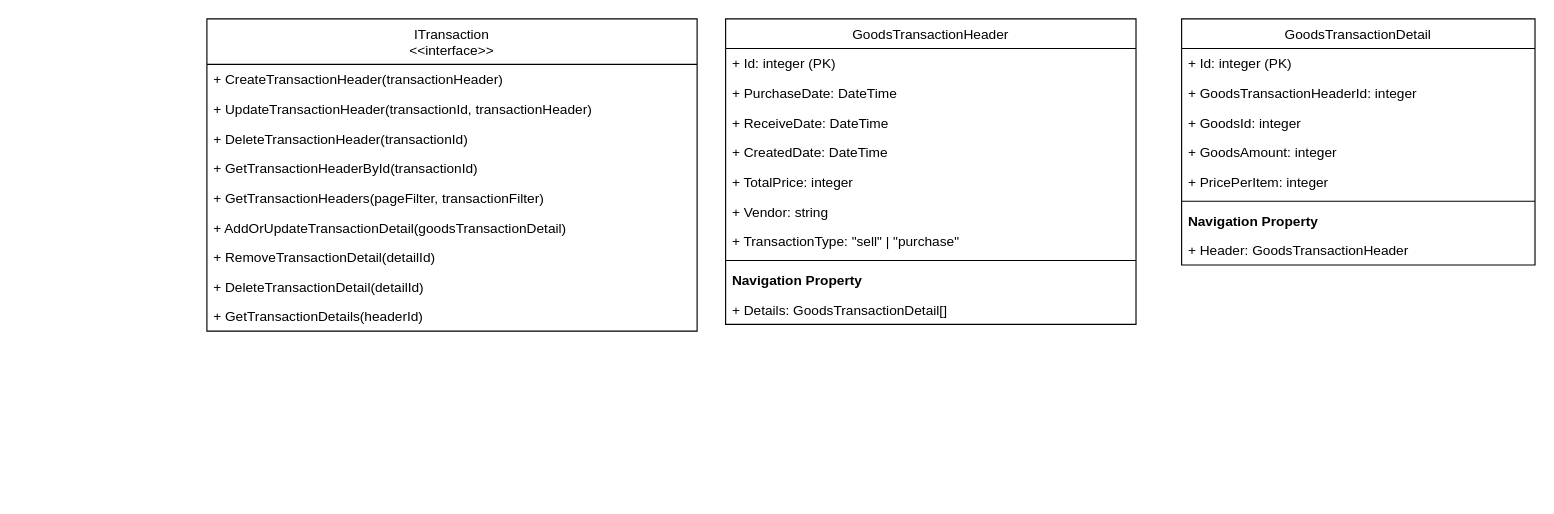
Earlier version of the draw.io diagram page "Goods Transaction" (2 of 3) of Diagram/Class Diagram.drawio (ryusu777/dodo-app). Source tidied: cells renumbered, new cells numbered last; positions are measured from the earlier drawing's top-left corner, leaving out a move shared by most shapes. Both pictures are drawn from the tidied source at 114%, with x=0, y=0 at pixel (206, 18).
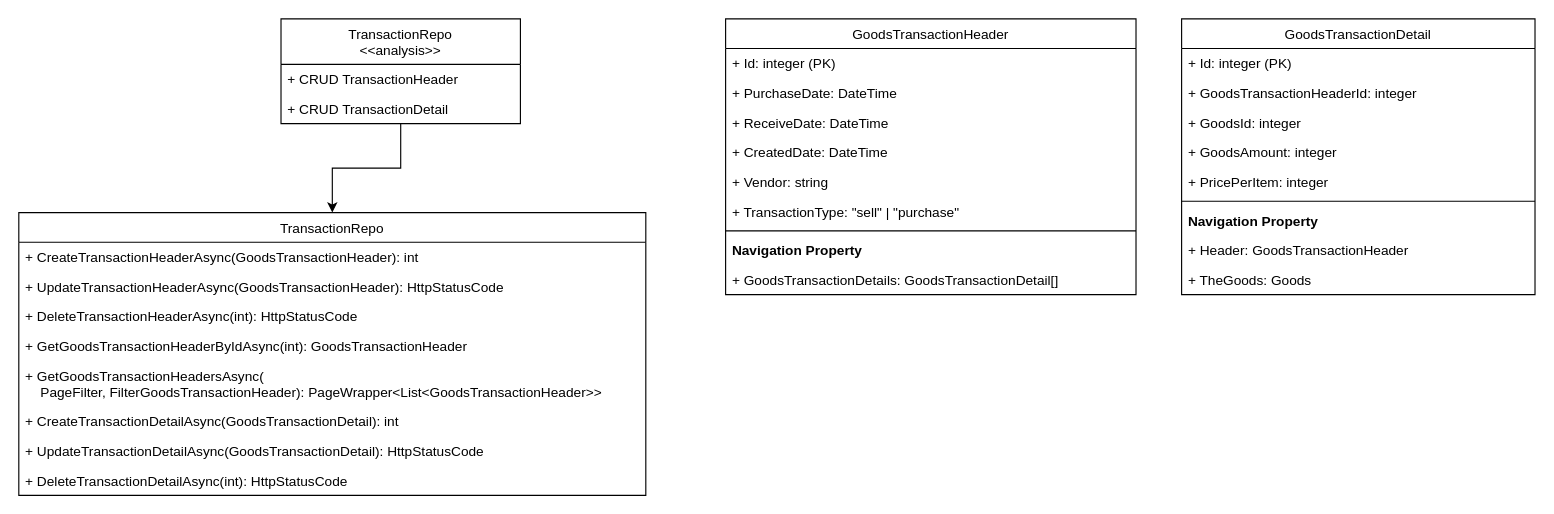
The same diagram, later.

Diff of the diagram source:
```diff
@@
-    <mxCell id="2" value="ITransaction&#10;&lt;&lt;interface&gt;&gt;" style="swimlane;fontStyle=0;horizontal=1;startSize=40;fillColor=none;" parent="1" vertex="1">
-      <mxGeometry width="430" height="274" as="geometry" />
-    </mxCell>
-    <mxCell id="3" value="+ CreateTransactionHeader(transactionHeader)" style="text;strokeColor=none;fillColor=none;align=left;verticalAlign=top;spacingLeft=4;spacingRight=4;overflow=hidden;" parent="2" vertex="1">
-      <mxGeometry y="40" width="430" height="26" as="geometry" />
-    </mxCell>
-    <mxCell id="4" value="+ UpdateTransactionHeader(transactionId, transactionHeader)" style="text;strokeColor=none;fillColor=none;align=left;verticalAlign=top;spacingLeft=4;spacingRight=4;overflow=hidden;" parent="2" vertex="1">
-      <mxGeometry y="66" width="430" height="26" as="geometry" />
-    </mxCell>
-    <mxCell id="5" value="+ DeleteTransactionHeader(transactionId)" style="text;strokeColor=none;fillColor=none;align=left;verticalAlign=top;spacingLeft=4;spacingRight=4;overflow=hidden;" parent="2" vertex="1">
-      <mxGeometry y="92" width="430" height="26" as="geometry" />
-    </mxCell>
-    <mxCell id="6" value="+ GetTransactionHeaderById(transactionId)" style="text;strokeColor=none;fillColor=none;align=left;verticalAlign=top;spacingLeft=4;spacingRight=4;overflow=hidden;" parent="2" vertex="1">
-      <mxGeometry y="118" width="430" height="26" as="geometry" />
-    </mxCell>
-    <mxCell id="7" value="+ GetTransactionHeaders(pageFilter, transactionFilter)" style="text;strokeColor=none;fillColor=none;align=left;verticalAlign=top;spacingLeft=4;spacingRight=4;overflow=hidden;" parent="2" vertex="1">
-      <mxGeometry y="144" width="430" height="26" as="geometry" />
-    </mxCell>
-    <mxCell id="8" value="+ AddOrUpdateTransactionDetail(goodsTransactionDetail)" style="text;strokeColor=none;fillColor=none;align=left;verticalAlign=top;spacingLeft=4;spacingRight=4;overflow=hidden;" parent="2" vertex="1">
-      <mxGeometry y="170" width="430" height="26" as="geometry" />
-    </mxCell>
-    <mxCell id="9" value="+ RemoveTransactionDetail(detailId)" style="text;strokeColor=none;fillColor=none;align=left;verticalAlign=top;spacingLeft=4;spacingRight=4;overflow=hidden;" parent="2" vertex="1">
-      <mxGeometry y="196" width="430" height="26" as="geometry" />
-    </mxCell>
-    <mxCell id="10" value="+ DeleteTransactionDetail(detailId)" style="text;strokeColor=none;fillColor=none;align=left;verticalAlign=top;spacingLeft=4;spacingRight=4;overflow=hidden;" parent="2" vertex="1">
-      <mxGeometry y="222" width="430" height="26" as="geometry" />
-    </mxCell>
-    <mxCell id="11" value="+ GetTransactionDetails(headerId)" style="text;strokeColor=none;fillColor=none;align=left;verticalAlign=top;spacingLeft=4;spacingRight=4;overflow=hidden;" parent="2" vertex="1">
-      <mxGeometry y="248" width="430" height="26" as="geometry" />
-    </mxCell>
     <mxCell id="12" value="GoodsTransactionHeader" style="swimlane;fontStyle=0;horizontal=1;startSize=26;fillColor=none;" parent="1" vertex="1">
-      <mxGeometry x="455" width="360" height="268" as="geometry" />
+      <mxGeometry x="455" width="360" height="242" as="geometry" />
     </mxCell>
@@
-    <mxCell id="17" value="+ TotalPrice: integer" style="text;strokeColor=none;fillColor=none;align=left;verticalAlign=top;spacingLeft=4;spacingRight=4;overflow=hidden;" parent="12" vertex="1">
-      <mxGeometry y="130" width="360" height="26" as="geometry" />
-    </mxCell>
     <mxCell id="18" value="+ Vendor: string" style="text;strokeColor=none;fillColor=none;align=left;verticalAlign=top;spacingLeft=4;spacingRight=4;overflow=hidden;" parent="12" vertex="1">
-      <mxGeometry y="156" width="360" height="26" as="geometry" />
+      <mxGeometry y="130" width="360" height="26" as="geometry" />
     </mxCell>
     <mxCell id="19" value="+ TransactionType: &quot;sell&quot; | &quot;purchase&quot;" style="text;strokeColor=none;fillColor=none;align=left;verticalAlign=top;spacingLeft=4;spacingRight=4;overflow=hidden;" parent="12" vertex="1">
-      <mxGeometry y="182" width="360" height="26" as="geometry" />
+      <mxGeometry y="156" width="360" height="26" as="geometry" />
     </mxCell>
     <mxCell id="20" style="line;strokeWidth=1;fillColor=none;align=left;verticalAlign=middle;spacingTop=-1;spacingLeft=3;spacingRight=3;labelPosition=right;" parent="12" vertex="1">
-      <mxGeometry y="208" width="360" height="8" as="geometry" />
+      <mxGeometry y="182" width="360" height="8" as="geometry" />
     </mxCell>
     <mxCell id="21" value="Navigation Property" style="text;strokeColor=none;fillColor=none;align=left;verticalAlign=top;spacingLeft=4;spacingRight=4;overflow=hidden;fontStyle=1;" parent="12" vertex="1">
-      <mxGeometry y="216" width="360" height="26" as="geometry" />
+      <mxGeometry y="190" width="360" height="26" as="geometry" />
     </mxCell>
-    <mxCell id="22" value="+ Details: GoodsTransactionDetail[]" style="text;strokeColor=none;fillColor=none;align=left;verticalAlign=top;spacingLeft=4;spacingRight=4;overflow=hidden;" parent="12" vertex="1">
-      <mxGeometry y="242" width="360" height="26" as="geometry" />
+    <mxCell id="22" value="+ GoodsTransactionDetails: GoodsTransactionDetail[]" style="text;strokeColor=none;fillColor=none;align=left;verticalAlign=top;spacingLeft=4;spacingRight=4;overflow=hidden;" parent="12" vertex="1">
+      <mxGeometry y="216" width="360" height="26" as="geometry" />
     </mxCell>
     <mxCell id="23" value="GoodsTransactionDetail" style="swimlane;fontStyle=0;horizontal=1;startSize=26;fillColor=none;" parent="1" vertex="1">
-      <mxGeometry x="855" width="310" height="216" as="geometry" />
+      <mxGeometry x="855" width="310" height="242" as="geometry" />
     </mxCell>
@@
+    <mxCell id="32" value="+ TheGoods: Goods" style="text;strokeColor=none;fillColor=none;align=left;verticalAlign=top;spacingLeft=4;spacingRight=4;overflow=hidden;" parent="23" vertex="1">
+      <mxGeometry y="216" width="310" height="26" as="geometry" />
+    </mxCell>
+    <mxCell id="33" style="edgeStyle=orthogonalEdgeStyle;rounded=0;jettySize=auto;html=1;" parent="1" edge="1" source="34" target="37">
+      <mxGeometry relative="1" as="geometry" />
+    </mxCell>
+    <mxCell id="34" value="TransactionRepo&#10;&lt;&lt;analysis&gt;&gt;" style="swimlane;fontStyle=0;horizontal=1;startSize=40;fillColor=none;" parent="1" vertex="1">
+      <mxGeometry x="65" width="210" height="92" as="geometry" />
+    </mxCell>
+    <mxCell id="35" value="+ CRUD TransactionHeader" style="text;strokeColor=none;fillColor=none;align=left;verticalAlign=top;spacingLeft=4;spacingRight=4;overflow=hidden;" parent="34" vertex="1">
+      <mxGeometry y="40" width="210" height="26" as="geometry" />
+    </mxCell>
+    <mxCell id="36" value="+ CRUD TransactionDetail" style="text;strokeColor=none;fillColor=none;align=left;verticalAlign=top;spacingLeft=4;spacingRight=4;overflow=hidden;" parent="34" vertex="1">
+      <mxGeometry y="66" width="210" height="26" as="geometry" />
+    </mxCell>
+    <mxCell id="37" value="TransactionRepo" style="swimlane;fontStyle=0;horizontal=1;startSize=26;fillColor=none;" parent="1" vertex="1">
+      <mxGeometry x="-165" y="170" width="550" height="248" as="geometry" />
+    </mxCell>
+    <mxCell id="38" value="+ CreateTransactionHeaderAsync(GoodsTransactionHeader): int" style="text;strokeColor=none;fillColor=none;align=left;verticalAlign=top;spacingLeft=4;spacingRight=4;overflow=hidden;" parent="37" vertex="1">
+      <mxGeometry y="26" width="550" height="26" as="geometry" />
+    </mxCell>
+    <mxCell id="39" value="+ UpdateTransactionHeaderAsync(GoodsTransactionHeader): HttpStatusCode" style="text;strokeColor=none;fillColor=none;align=left;verticalAlign=top;spacingLeft=4;spacingRight=4;overflow=hidden;" parent="37" vertex="1">
+      <mxGeometry y="52" width="550" height="26" as="geometry" />
+    </mxCell>
+    <mxCell id="40" value="+ DeleteTransactionHeaderAsync(int): HttpStatusCode" style="text;strokeColor=none;fillColor=none;align=left;verticalAlign=top;spacingLeft=4;spacingRight=4;overflow=hidden;" parent="37" vertex="1">
+      <mxGeometry y="78" width="550" height="26" as="geometry" />
+    </mxCell>
+    <mxCell id="41" value="+ GetGoodsTransactionHeaderByIdAsync(int): GoodsTransactionHeader" style="text;strokeColor=none;fillColor=none;align=left;verticalAlign=top;spacingLeft=4;spacingRight=4;overflow=hidden;" parent="37" vertex="1">
+      <mxGeometry y="104" width="550" height="26" as="geometry" />
+    </mxCell>
+    <mxCell id="42" value="+ GetGoodsTransactionHeadersAsync(&#10;    PageFilter, FilterGoodsTransactionHeader): PageWrapper&lt;List&lt;GoodsTransactionHeader&gt;&gt;" style="text;strokeColor=none;fillColor=none;align=left;verticalAlign=top;spacingLeft=4;spacingRight=4;overflow=hidden;" parent="37" vertex="1">
+      <mxGeometry y="130" width="550" height="40" as="geometry" />
+    </mxCell>
+    <mxCell id="43" value="+ CreateTransactionDetailAsync(GoodsTransactionDetail): int" style="text;strokeColor=none;fillColor=none;align=left;verticalAlign=top;spacingLeft=4;spacingRight=4;overflow=hidden;" parent="37" vertex="1">
+      <mxGeometry y="170" width="550" height="26" as="geometry" />
+    </mxCell>
+    <mxCell id="44" value="+ UpdateTransactionDetailAsync(GoodsTransactionDetail): HttpStatusCode" style="text;strokeColor=none;fillColor=none;align=left;verticalAlign=top;spacingLeft=4;spacingRight=4;overflow=hidden;" parent="37" vertex="1">
+      <mxGeometry y="196" width="550" height="26" as="geometry" />
+    </mxCell>
+    <mxCell id="45" value="+ DeleteTransactionDetailAsync(int): HttpStatusCode" style="text;strokeColor=none;fillColor=none;align=left;verticalAlign=top;spacingLeft=4;spacingRight=4;overflow=hidden;" parent="37" vertex="1">
+      <mxGeometry y="222" width="550" height="26" as="geometry" />
+    </mxCell>
```
